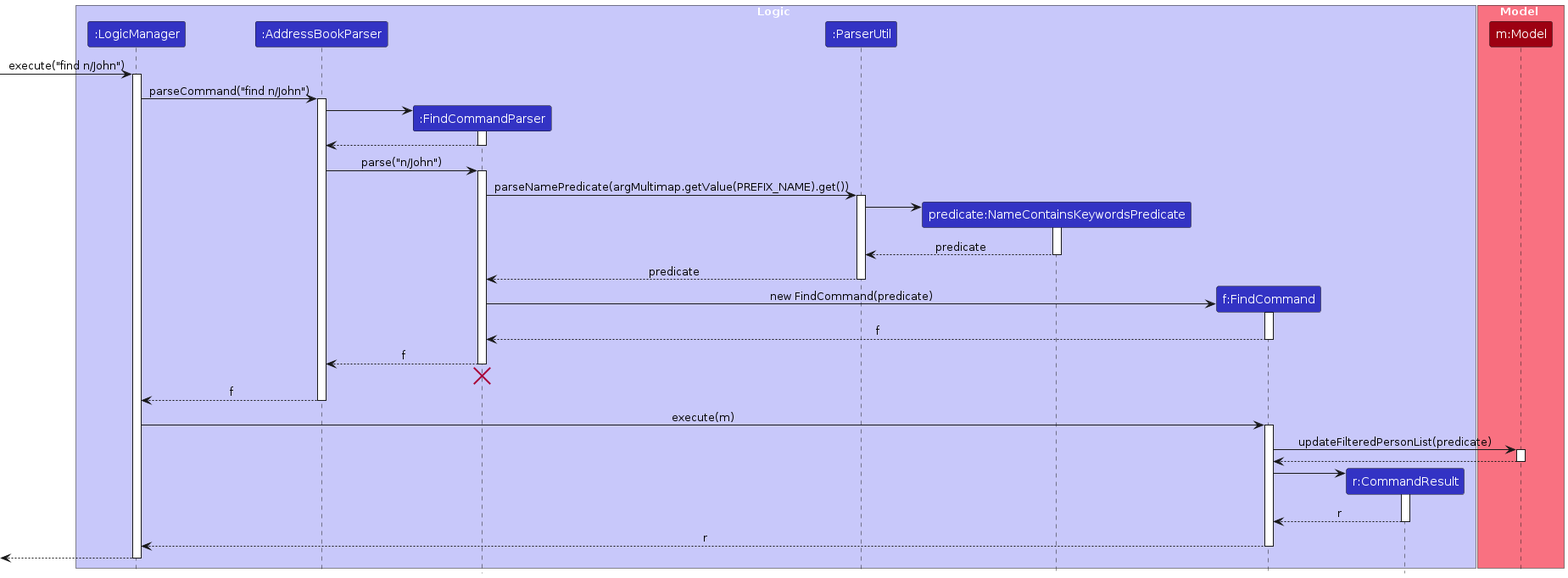
Before: diagrams/FindSequenceDiagram.png, a diagram exported from PlantUML (AY2425S1-CS2103T-F09-3/tp). Its source is kept beside it as diagrams/FindSequenceDiagram.puml.
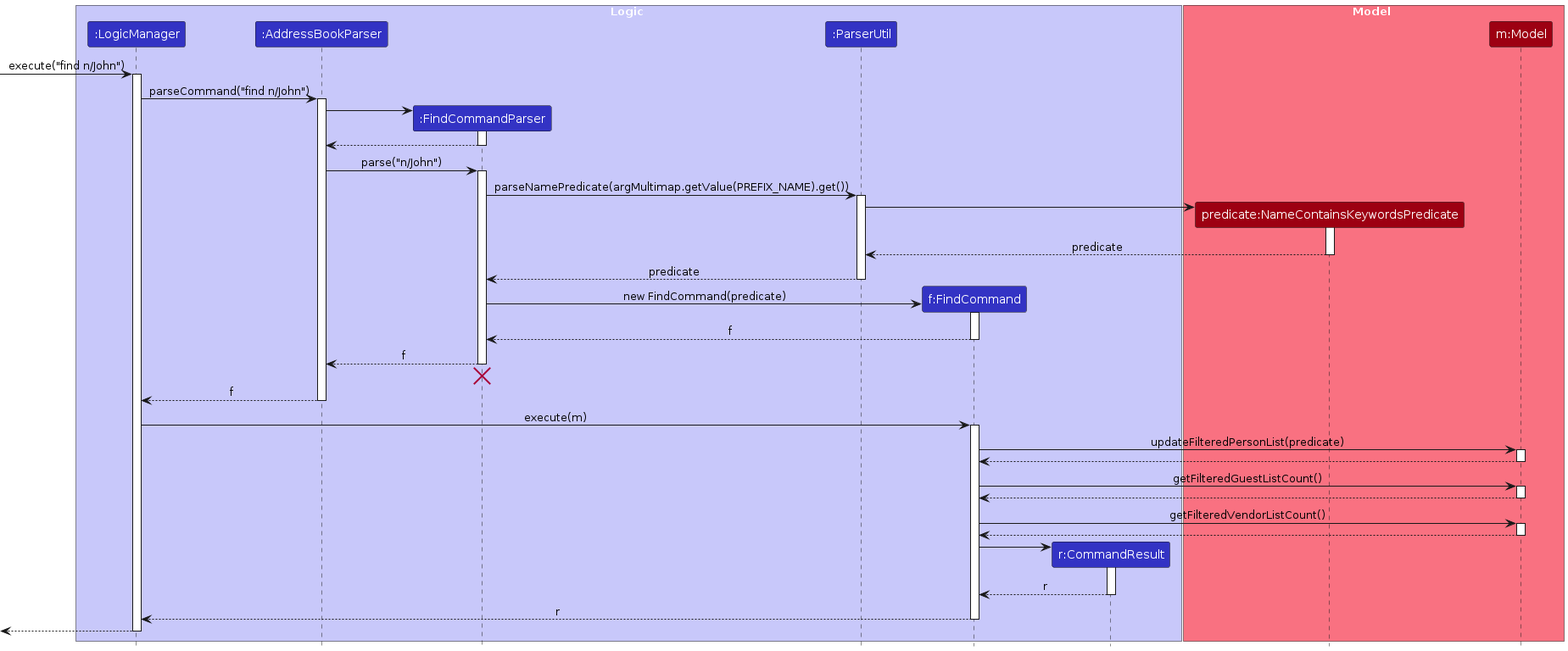
The same file after the commit.

Change to the diagram source:
```diff
@@ -7,12 +7,12 @@
 participant ":AddressBookParser" as AddressBookParser LOGIC_COLOR
 participant ":FindCommandParser" as FindCommandParser LOGIC_COLOR
 participant ":ParserUtil" as ParserUtil LOGIC_COLOR
-participant "predicate:NameContainsKeywordsPredicate" as NameContainsKeywordsPredicate LOGIC_COLOR
 participant "f:FindCommand" as FindCommand LOGIC_COLOR
 participant "r:CommandResult" as CommandResult LOGIC_COLOR
 end box
 
 box Model MODEL_COLOR_T1
+participant "predicate:NameContainsKeywordsPredicate" as NameContainsKeywordsPredicate MODEL_COLOR
 participant "m:Model" as Model MODEL_COLOR
 end box
 
@@ -69,6 +69,18 @@
 Model --> FindCommand
 deactivate Model
 
+FindCommand -> Model : getFilteredGuestListCount()
+activate Model
+
+Model --> FindCommand
+deactivate Model
+
+FindCommand -> Model : getFilteredVendorListCount()
+activate Model
+
+Model --> FindCommand
+deactivate Model
+
 create CommandResult
 FindCommand -> CommandResult
 activate CommandResult
```
